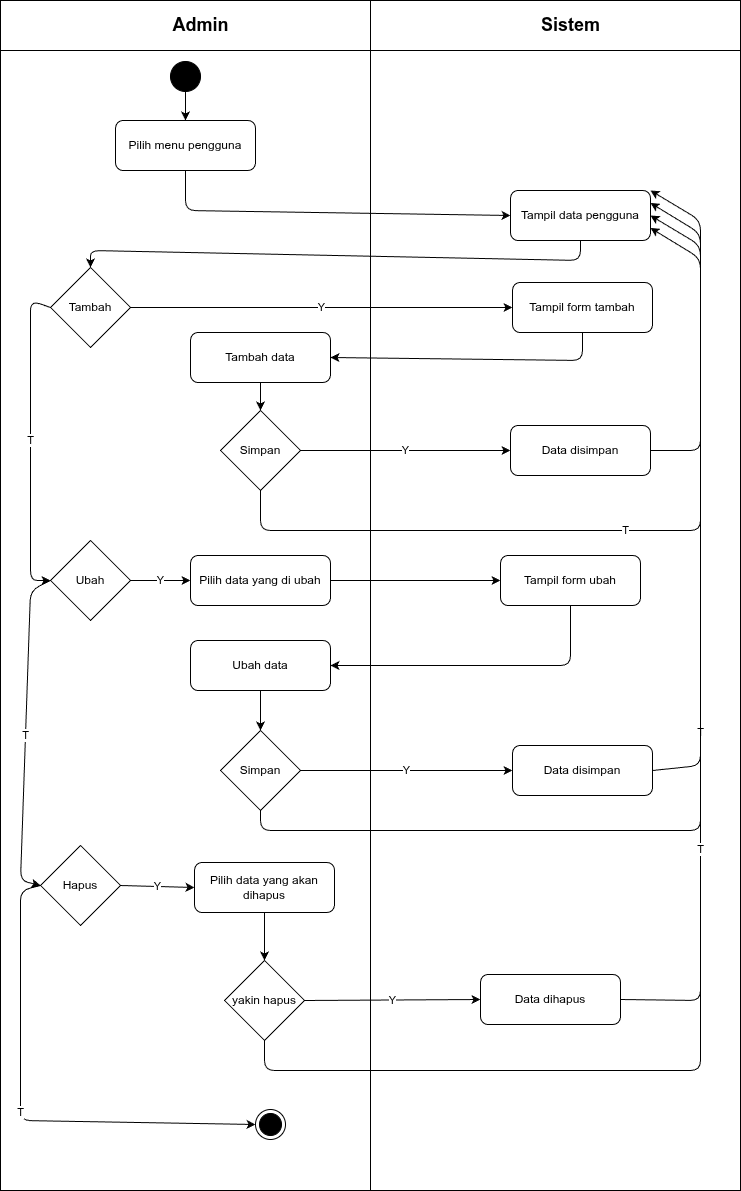
Above: diagram/activity/admin/crud-pengguna.png in RajaSunrise/kangkungku (draw.io), before the change. Source tidied: cells renumbered, new cells last; positions are measured from the earlier drawing's top-left corner, leaving out a move shared by most shapes.
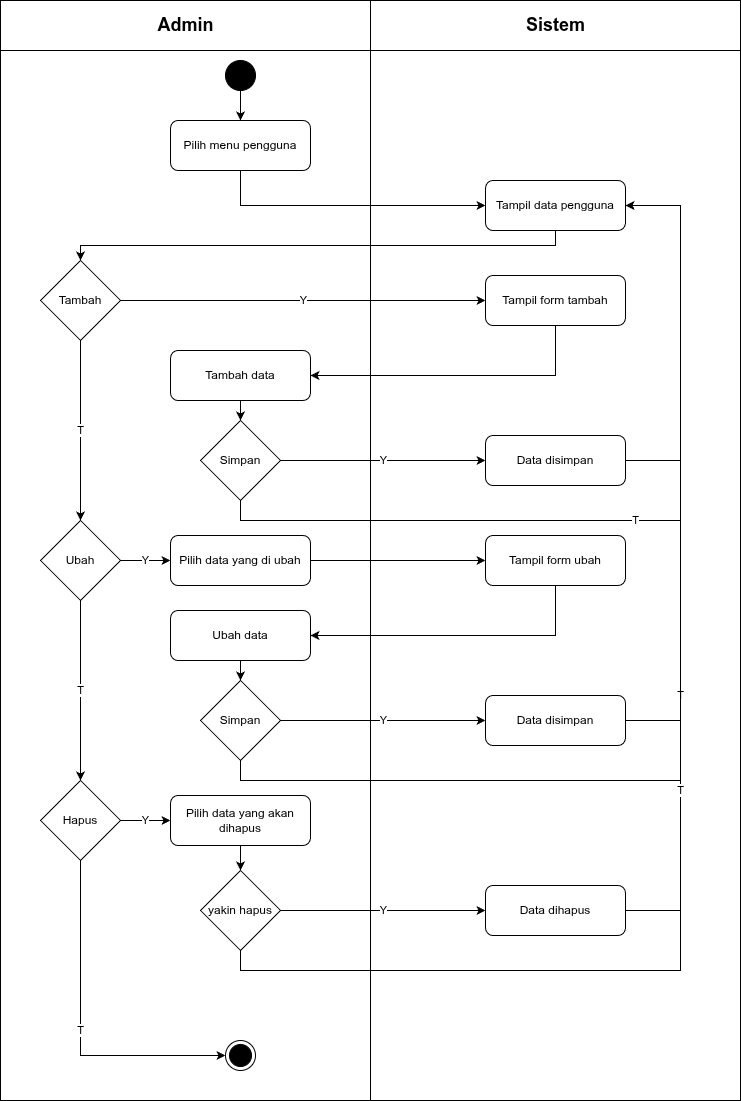
After the commit.

Diff of the diagram source:
```diff
@@ -3,210 +3,204 @@
     <mxCell id="0" />
     <mxCell id="1" parent="0" />
     <mxCell id="2" style="shape=internalStorage;whiteSpace=wrap;html=1;backgroundOutline=1;dx=370;dy=50;" parent="1" vertex="1">
-      <mxGeometry width="740" height="1190" as="geometry" />
+      <mxGeometry width="740" height="1100" as="geometry" />
     </mxCell>
     <mxCell id="3" value="Admin" style="text;html=1;strokeColor=none;fillColor=none;align=center;verticalAlign=middle;rounded=1;fontSize=18;fontStyle=1;" parent="1" vertex="1">
-      <mxGeometry x="165" y="10" width="70" height="30" as="geometry" />
+      <mxGeometry x="135" y="10" width="100" height="30" as="geometry" />
     </mxCell>
     <mxCell id="4" value="Sistem" style="text;html=1;strokeColor=none;fillColor=none;align=center;verticalAlign=middle;rounded=1;fontSize=18;fontStyle=1;" parent="1" vertex="1">
-      <mxGeometry x="535" y="10" width="70" height="30" as="geometry" />
+      <mxGeometry x="505" y="10" width="100" height="30" as="geometry" />
     </mxCell>
     <mxCell id="5" style="ellipse;whiteSpace=wrap;html=1;fillColor=#000000;strokeColor=#000000;" parent="1" vertex="1">
-      <mxGeometry x="170" y="61" width="30" height="30" as="geometry" />
+      <mxGeometry x="225" y="60" width="30" height="30" as="geometry" />
     </mxCell>
-    <mxCell id="6" style="endArrow=classic;html=1;exitX=0.5;exitY=1;entryX=0.5;entryY=0;entryDx=0;entryDy=0;" parent="1" edge="1" source="5" target="7">
+    <mxCell id="6" style="endArrow=classic;html=1;exitX=0.5;exitY=1;exitDx=0;exitDy=0;entryX=0.5;entryY=0;entryDx=0;entryDy=0;edgeStyle=orthogonalEdgeStyle;rounded=0;" parent="1" edge="1" source="5" target="7">
       <mxGeometry relative="1" as="geometry" />
     </mxCell>
     <mxCell id="7" value="Pilih menu pengguna" style="rounded=1;whiteSpace=wrap;html=1;" parent="1" vertex="1">
-      <mxGeometry x="115" y="120" width="140" height="50" as="geometry" />
+      <mxGeometry x="170" y="120" width="140" height="50" as="geometry" />
     </mxCell>
     <mxCell id="8" value="Tampil data pengguna" style="rounded=1;whiteSpace=wrap;html=1;" parent="1" vertex="1">
-      <mxGeometry x="510" y="190" width="140" height="50" as="geometry" />
+      <mxGeometry x="485" y="180" width="140" height="50" as="geometry" />
     </mxCell>
-    <mxCell id="9" style="endArrow=classic;html=1;exitX=0.5;exitY=1;entryX=0;entryY=0.5;" parent="1" edge="1" source="7" target="8">
+    <mxCell id="9" style="endArrow=classic;html=1;exitX=0.5;exitY=1;exitDx=0;exitDy=0;entryX=0;entryY=0.5;entryDx=0;entryDy=0;edgeStyle=orthogonalEdgeStyle;rounded=0;" parent="1" edge="1" source="7" target="8">
       <mxGeometry relative="1" as="geometry">
         <Array as="points">
-          <mxPoint x="185" y="210" />
+          <mxPoint x="240" y="205" />
         </Array>
       </mxGeometry>
     </mxCell>
     <mxCell id="10" value="Tambah" style="rhombus;whiteSpace=wrap;html=1;" parent="1" vertex="1">
-      <mxGeometry x="50" y="267" width="80" height="80" as="geometry" />
+      <mxGeometry x="40" y="260" width="80" height="80" as="geometry" />
     </mxCell>
-    <mxCell id="11" style="endArrow=classic;html=1;exitX=0.5;exitY=1;entryX=0.5;entryY=0;exitDx=0;exitDy=0;" parent="1" edge="1" source="8" target="10">
+    <mxCell id="11" style="endArrow=classic;html=1;exitX=0.5;exitY=1;exitDx=0;exitDy=0;entryX=0.5;entryY=0;entryDx=0;entryDy=0;edgeStyle=orthogonalEdgeStyle;rounded=0;" parent="1" edge="1" source="8" target="10">
       <mxGeometry relative="1" as="geometry">
         <Array as="points">
-          <mxPoint x="580" y="260" />
-          <mxPoint x="90" y="250" />
+          <mxPoint x="555" y="245" />
+          <mxPoint x="80" y="245" />
         </Array>
       </mxGeometry>
     </mxCell>
     <mxCell id="12" value="Tampil form tambah" style="rounded=1;whiteSpace=wrap;html=1;" parent="1" vertex="1">
-      <mxGeometry x="512" y="282" width="140" height="50" as="geometry" />
+      <mxGeometry x="485" y="275" width="140" height="50" as="geometry" />
     </mxCell>
-    <mxCell id="13" value="Y" style="endArrow=classic;html=1;exitX=1;exitY=0.5;entryX=0;entryY=0.5;" parent="1" edge="1" source="10" target="12">
+    <mxCell id="13" value="Y" style="endArrow=classic;html=1;exitX=1;exitY=0.5;exitDx=0;exitDy=0;entryX=0;entryY=0.5;entryDx=0;entryDy=0;edgeStyle=orthogonalEdgeStyle;rounded=0;" parent="1" edge="1" source="10" target="12">
       <mxGeometry relative="1" as="geometry" />
     </mxCell>
     <mxCell id="14" value="Tambah data" style="rounded=1;whiteSpace=wrap;html=1;" parent="1" vertex="1">
-      <mxGeometry x="190" y="332" width="140" height="50" as="geometry" />
+      <mxGeometry x="170" y="350" width="140" height="50" as="geometry" />
     </mxCell>
-    <mxCell id="15" style="endArrow=classic;html=1;exitX=0.5;exitY=1;entryX=1;entryY=0.5;" parent="1" edge="1" source="12" target="14">
+    <mxCell id="15" style="endArrow=classic;html=1;exitX=0.5;exitY=1;exitDx=0;exitDy=0;entryX=1;entryY=0.5;entryDx=0;entryDy=0;edgeStyle=orthogonalEdgeStyle;rounded=0;" parent="1" edge="1" source="12" target="14">
       <mxGeometry relative="1" as="geometry">
         <Array as="points">
-          <mxPoint x="582" y="360" />
+          <mxPoint x="555" y="375" />
         </Array>
       </mxGeometry>
     </mxCell>
     <mxCell id="16" value="Simpan" style="rhombus;whiteSpace=wrap;html=1;" parent="1" vertex="1">
-      <mxGeometry x="220" y="410" width="80" height="80" as="geometry" />
+      <mxGeometry x="200" y="420" width="80" height="80" as="geometry" />
     </mxCell>
-    <mxCell id="17" style="endArrow=classic;html=1;exitX=0.5;exitY=1;entryX=0.5;entryY=0;" parent="1" edge="1" source="14" target="16">
+    <mxCell id="17" style="endArrow=classic;html=1;exitX=0.5;exitY=1;exitDx=0;exitDy=0;entryX=0.5;entryY=0;entryDx=0;entryDy=0;edgeStyle=orthogonalEdgeStyle;rounded=0;" parent="1" edge="1" source="14" target="16">
       <mxGeometry relative="1" as="geometry" />
     </mxCell>
     <mxCell id="18" value="Data disimpan" style="rounded=1;whiteSpace=wrap;html=1;" parent="1" vertex="1">
-      <mxGeometry x="510" y="425" width="140" height="50" as="geometry" />
+      <mxGeometry x="485" y="435" width="140" height="50" as="geometry" />
     </mxCell>
-    <mxCell id="19" value="Y" style="endArrow=classic;html=1;exitX=1;exitY=0.5;entryX=0;entryY=0.5;" parent="1" edge="1" source="16" target="18">
+    <mxCell id="19" value="Y" style="endArrow=classic;html=1;exitX=1;exitY=0.5;exitDx=0;exitDy=0;entryX=0;entryY=0.5;entryDx=0;entryDy=0;edgeStyle=orthogonalEdgeStyle;rounded=0;" parent="1" edge="1" source="16" target="18">
       <mxGeometry relative="1" as="geometry" />
     </mxCell>
-    <mxCell id="20" style="endArrow=classic;html=1;exitX=1;exitY=0.5;entryX=1;entryY=0.5;" parent="1" edge="1" source="18" target="8">
+    <mxCell id="20" style="endArrow=classic;html=1;exitX=1;exitY=0.5;exitDx=0;exitDy=0;entryX=1;entryY=0.5;entryDx=0;entryDy=0;edgeStyle=orthogonalEdgeStyle;rounded=0;" parent="1" edge="1" source="18" target="8">
       <mxGeometry relative="1" as="geometry">
         <Array as="points">
-          <mxPoint x="700" y="450" />
-          <mxPoint x="700" y="245" />
+          <mxPoint x="680" y="460" />
+          <mxPoint x="680" y="205" />
         </Array>
       </mxGeometry>
     </mxCell>
-    <mxCell id="21" value="T" style="endArrow=classic;html=1;exitX=0.5;exitY=1;entryX=1;entryY=0.75;" parent="1" edge="1" source="16" target="8">
+    <mxCell id="21" value="T" style="endArrow=classic;html=1;exitX=0.5;exitY=1;exitDx=0;exitDy=0;entryX=1;entryY=0.5;entryDx=0;entryDy=0;edgeStyle=orthogonalEdgeStyle;rounded=0;" parent="1" edge="1" source="16" target="8">
       <mxGeometry relative="1" as="geometry">
         <Array as="points">
-          <mxPoint x="260" y="530" />
-          <mxPoint x="700" y="530" />
-          <mxPoint x="700" y="258" />
+          <mxPoint x="240" y="520" />
+          <mxPoint x="680" y="520" />
+          <mxPoint x="680" y="205" />
         </Array>
       </mxGeometry>
     </mxCell>
     <mxCell id="22" value="Ubah" style="rhombus;whiteSpace=wrap;html=1;" parent="1" vertex="1">
-      <mxGeometry x="50" y="540" width="80" height="80" as="geometry" />
+      <mxGeometry x="40" y="520" width="80" height="80" as="geometry" />
     </mxCell>
-    <mxCell id="23" value="T" style="endArrow=classic;html=1;exitX=0;exitY=0.5;entryX=0;entryY=0.5;exitDx=0;exitDy=0;entryDx=0;entryDy=0;" parent="1" edge="1" source="10" target="22">
+    <mxCell id="23" value="T" style="endArrow=classic;html=1;exitX=0.5;exitY=1;exitDx=0;exitDy=0;entryX=0.5;entryY=0;entryDx=0;entryDy=0;edgeStyle=orthogonalEdgeStyle;rounded=0;" parent="1" edge="1" source="10" target="22">
       <mxGeometry relative="1" as="geometry">
         <Array as="points">
-          <mxPoint x="30" y="300" />
-          <mxPoint x="30" y="580" />
+          <mxPoint x="80" y="450" />
+          <mxPoint x="80" y="450" />
         </Array>
       </mxGeometry>
     </mxCell>
     <mxCell id="24" value="Pilih data yang di ubah" style="rounded=1;whiteSpace=wrap;html=1;" parent="1" vertex="1">
-      <mxGeometry x="190" y="555" width="140" height="50" as="geometry" />
+      <mxGeometry x="170" y="535" width="140" height="50" as="geometry" />
     </mxCell>
-    <mxCell id="25" value="Y" style="endArrow=classic;html=1;exitX=1;exitY=0.5;entryX=0;entryY=0.5;entryDx=0;entryDy=0;" parent="1" edge="1" source="22" target="24">
-      <mxGeometry relative="1" as="geometry">
-        <Array as="points">
-          <mxPoint x="180" y="580" />
-        </Array>
-      </mxGeometry>
+    <mxCell id="25" value="Y" style="endArrow=classic;html=1;exitX=1;exitY=0.5;exitDx=0;exitDy=0;entryX=0;entryY=0.5;entryDx=0;entryDy=0;edgeStyle=orthogonalEdgeStyle;rounded=0;" parent="1" edge="1" source="22" target="24">
+      <mxGeometry relative="1" as="geometry" />
     </mxCell>
     <mxCell id="26" value="Tampil form ubah" style="rounded=1;whiteSpace=wrap;html=1;" parent="1" vertex="1">
-      <mxGeometry x="500" y="555" width="140" height="50" as="geometry" />
+      <mxGeometry x="485" y="535" width="140" height="50" as="geometry" />
     </mxCell>
-    <mxCell id="27" style="endArrow=classic;html=1;exitX=1;exitY=0.5;entryX=0;entryY=0.5;" parent="1" edge="1" source="24" target="26">
+    <mxCell id="27" style="endArrow=classic;html=1;exitX=1;exitY=0.5;exitDx=0;exitDy=0;entryX=0;entryY=0.5;entryDx=0;entryDy=0;edgeStyle=orthogonalEdgeStyle;rounded=0;" parent="1" edge="1" source="24" target="26">
       <mxGeometry relative="1" as="geometry" />
     </mxCell>
     <mxCell id="28" value="Ubah data" style="rounded=1;whiteSpace=wrap;html=1;" parent="1" vertex="1">
-      <mxGeometry x="190" y="640" width="140" height="50" as="geometry" />
+      <mxGeometry x="170" y="610" width="140" height="50" as="geometry" />
     </mxCell>
-    <mxCell id="29" style="endArrow=classic;html=1;exitX=0.5;exitY=1;entryX=1;entryY=0.5;" parent="1" edge="1" source="26" target="28">
+    <mxCell id="29" style="endArrow=classic;html=1;exitX=0.5;exitY=1;exitDx=0;exitDy=0;entryX=1;entryY=0.5;entryDx=0;entryDy=0;edgeStyle=orthogonalEdgeStyle;rounded=0;" parent="1" edge="1" source="26" target="28">
       <mxGeometry relative="1" as="geometry">
         <Array as="points">
-          <mxPoint x="570" y="665" />
+          <mxPoint x="555" y="635" />
         </Array>
       </mxGeometry>
     </mxCell>
     <mxCell id="30" value="Simpan" style="rhombus;whiteSpace=wrap;html=1;" parent="1" vertex="1">
-      <mxGeometry x="220" y="730" width="80" height="80" as="geometry" />
+      <mxGeometry x="200" y="680" width="80" height="80" as="geometry" />
     </mxCell>
-    <mxCell id="31" style="endArrow=classic;html=1;exitX=0.5;exitY=1;entryX=0.5;entryY=0;" parent="1" edge="1" source="28" target="30">
+    <mxCell id="31" style="endArrow=classic;html=1;exitX=0.5;exitY=1;exitDx=0;exitDy=0;entryX=0.5;entryY=0;entryDx=0;entryDy=0;edgeStyle=orthogonalEdgeStyle;rounded=0;" parent="1" edge="1" source="28" target="30">
       <mxGeometry relative="1" as="geometry" />
     </mxCell>
     <mxCell id="32" value="Data disimpan" style="rounded=1;whiteSpace=wrap;html=1;" parent="1" vertex="1">
-      <mxGeometry x="512" y="745" width="140" height="50" as="geometry" />
+      <mxGeometry x="485" y="695" width="140" height="50" as="geometry" />
     </mxCell>
-    <mxCell id="33" value="Y" style="endArrow=classic;html=1;exitX=1;exitY=0.5;entryX=0;entryY=0.5;" parent="1" edge="1" source="30" target="32">
+    <mxCell id="33" value="Y" style="endArrow=classic;html=1;exitX=1;exitY=0.5;exitDx=0;exitDy=0;entryX=0;entryY=0.5;entryDx=0;entryDy=0;edgeStyle=orthogonalEdgeStyle;rounded=0;" parent="1" edge="1" source="30" target="32">
       <mxGeometry relative="1" as="geometry" />
     </mxCell>
-    <mxCell id="34" style="endArrow=classic;html=1;exitX=1;exitY=0.5;entryX=1;entryY=0.5;" parent="1" edge="1" source="32" target="8">
+    <mxCell id="34" style="endArrow=classic;html=1;exitX=1;exitY=0.5;exitDx=0;exitDy=0;entryX=1;entryY=0.5;entryDx=0;entryDy=0;edgeStyle=orthogonalEdgeStyle;rounded=0;" parent="1" edge="1" source="32" target="8">
       <mxGeometry relative="1" as="geometry">
         <Array as="points">
-          <mxPoint x="700" y="765" />
-          <mxPoint x="700" y="245" />
+          <mxPoint x="680" y="720" />
+          <mxPoint x="680" y="205" />
         </Array>
       </mxGeometry>
     </mxCell>
-    <mxCell id="35" value="T" style="endArrow=classic;html=1;exitX=0.5;exitY=1;entryX=1;entryY=0.25;" parent="1" edge="1" source="30" target="8">
+    <mxCell id="35" value="T" style="endArrow=classic;html=1;exitX=0.5;exitY=1;exitDx=0;exitDy=0;entryX=1;entryY=0.5;entryDx=0;entryDy=0;edgeStyle=orthogonalEdgeStyle;rounded=0;" parent="1" edge="1" source="30" target="8">
       <mxGeometry relative="1" as="geometry">
         <Array as="points">
-          <mxPoint x="260" y="830" />
-          <mxPoint x="700" y="830" />
-          <mxPoint x="700" y="233" />
+          <mxPoint x="240" y="780" />
+          <mxPoint x="680" y="780" />
+          <mxPoint x="680" y="205" />
         </Array>
       </mxGeometry>
     </mxCell>
     <mxCell id="36" value="Hapus" style="rhombus;whiteSpace=wrap;html=1;" parent="1" vertex="1">
-      <mxGeometry x="40" y="845" width="80" height="80" as="geometry" />
+      <mxGeometry x="40" y="780" width="80" height="80" as="geometry" />
     </mxCell>
-    <mxCell id="37" value="T" style="endArrow=classic;html=1;exitX=0;exitY=0.5;entryX=0;entryY=0.5;exitDx=0;exitDy=0;entryDx=0;entryDy=0;" parent="1" edge="1" source="22" target="36">
+    <mxCell id="37" value="T" style="endArrow=classic;html=1;exitX=0.5;exitY=1;exitDx=0;exitDy=0;entryX=0.5;entryY=0;entryDx=0;entryDy=0;edgeStyle=orthogonalEdgeStyle;rounded=0;" parent="1" edge="1" source="22" target="36">
       <mxGeometry relative="1" as="geometry">
         <Array as="points">
-          <mxPoint x="30" y="590" />
-          <mxPoint x="20" y="880" />
+          <mxPoint x="80" y="720" />
+          <mxPoint x="80" y="720" />
         </Array>
       </mxGeometry>
     </mxCell>
     <mxCell id="38" value="Pilih data yang akan dihapus" style="rounded=1;whiteSpace=wrap;html=1;" parent="1" vertex="1">
-      <mxGeometry x="194" y="862" width="140" height="50" as="geometry" />
+      <mxGeometry x="170" y="795" width="140" height="50" as="geometry" />
     </mxCell>
-    <mxCell id="39" value="Y" style="endArrow=classic;html=1;exitX=1;exitY=0.5;entryX=0;entryY=0.5;entryDx=0;entryDy=0;" parent="1" edge="1" source="36" target="38">
+    <mxCell id="39" value="Y" style="endArrow=classic;html=1;exitX=1;exitY=0.5;exitDx=0;exitDy=0;entryX=0;entryY=0.5;entryDx=0;entryDy=0;edgeStyle=orthogonalEdgeStyle;rounded=0;" parent="1" edge="1" source="36" target="38">
       <mxGeometry relative="1" as="geometry" />
     </mxCell>
     <mxCell id="40" value="yakin hapus" style="rhombus;whiteSpace=wrap;html=1;" parent="1" vertex="1">
-      <mxGeometry x="224" y="960" width="80" height="80" as="geometry" />
+      <mxGeometry x="200" y="870" width="80" height="80" as="geometry" />
     </mxCell>
-    <mxCell id="41" style="endArrow=classic;html=1;exitX=0.5;exitY=1;entryX=0.5;entryY=0;" parent="1" edge="1" source="38" target="40">
+    <mxCell id="41" style="endArrow=classic;html=1;exitX=0.5;exitY=1;exitDx=0;exitDy=0;entryX=0.5;entryY=0;entryDx=0;entryDy=0;edgeStyle=orthogonalEdgeStyle;rounded=0;" parent="1" edge="1" source="38" target="40">
       <mxGeometry relative="1" as="geometry" />
     </mxCell>
     <mxCell id="42" value="Data dihapus" style="rounded=1;whiteSpace=wrap;html=1;" parent="1" vertex="1">
-      <mxGeometry x="480" y="974" width="140" height="50" as="geometry" />
+      <mxGeometry x="485" y="885" width="140" height="50" as="geometry" />
     </mxCell>
-    <mxCell id="43" value="Y" style="endArrow=classic;html=1;exitX=1;exitY=0.5;entryX=0;entryY=0.5;" parent="1" edge="1" source="40" target="42">
+    <mxCell id="43" value="Y" style="endArrow=classic;html=1;exitX=1;exitY=0.5;exitDx=0;exitDy=0;entryX=0;entryY=0.5;entryDx=0;entryDy=0;edgeStyle=orthogonalEdgeStyle;rounded=0;" parent="1" edge="1" source="40" target="42">
       <mxGeometry relative="1" as="geometry" />
     </mxCell>
-    <mxCell id="44" style="endArrow=classic;html=1;exitX=1;exitY=0.5;entryX=1;entryY=0.5;" parent="1" edge="1" source="42" target="8">
+    <mxCell id="44" style="endArrow=classic;html=1;exitX=1;exitY=0.5;exitDx=0;exitDy=0;entryX=1;entryY=0.5;entryDx=0;entryDy=0;edgeStyle=orthogonalEdgeStyle;rounded=0;" parent="1" edge="1" source="42" target="8">
       <mxGeometry relative="1" as="geometry">
         <Array as="points">
-          <mxPoint x="700" y="1000" />
-          <mxPoint x="700" y="245" />
+          <mxPoint x="680" y="910" />
+          <mxPoint x="680" y="205" />
         </Array>
       </mxGeometry>
     </mxCell>
-    <mxCell id="45" value="T" style="endArrow=classic;html=1;exitX=0.5;exitY=1;entryX=1;entryY=0;" parent="1" edge="1" source="40" target="8">
+    <mxCell id="45" value="T" style="endArrow=classic;html=1;exitX=0.5;exitY=1;exitDx=0;exitDy=0;entryX=1;entryY=0.5;entryDx=0;entryDy=0;edgeStyle=orthogonalEdgeStyle;rounded=0;" parent="1" edge="1" source="40" target="8">
       <mxGeometry relative="1" as="geometry">
         <Array as="points">
-          <mxPoint x="264" y="1070" />
-          <mxPoint x="500" y="1070" />
-          <mxPoint x="700" y="1070" />
-          <mxPoint x="700" y="220" />
+          <mxPoint x="240" y="970" />
+          <mxPoint x="680" y="970" />
+          <mxPoint x="680" y="205" />
         </Array>
       </mxGeometry>
     </mxCell>
     <mxCell id="46" style="ellipse;html=1;shape=endState;fillColor=#000000;strokeColor=#000000;" parent="1" vertex="1">
-      <mxGeometry x="255" y="1109" width="30" height="30" as="geometry" />
+      <mxGeometry x="225" y="1040" width="30" height="30" as="geometry" />
     </mxCell>
-    <mxCell id="47" value="T" style="endArrow=classic;html=1;exitX=0;exitY=0.5;entryX=0;entryY=0.5;exitDx=0;exitDy=0;entryDx=0;entryDy=0;" parent="1" edge="1" source="36" target="46">
+    <mxCell id="47" value="T" style="endArrow=classic;html=1;exitX=0.5;exitY=1;exitDx=0;exitDy=0;entryX=0;entryY=0.5;entryDx=0;entryDy=0;edgeStyle=orthogonalEdgeStyle;rounded=0;" parent="1" edge="1" source="36" target="46">
       <mxGeometry relative="1" as="geometry">
         <Array as="points">
-          <mxPoint x="20" y="890" />
-          <mxPoint x="20" y="1120" />
+          <mxPoint x="80" y="1055" />
         </Array>
       </mxGeometry>
     </mxCell>
```
